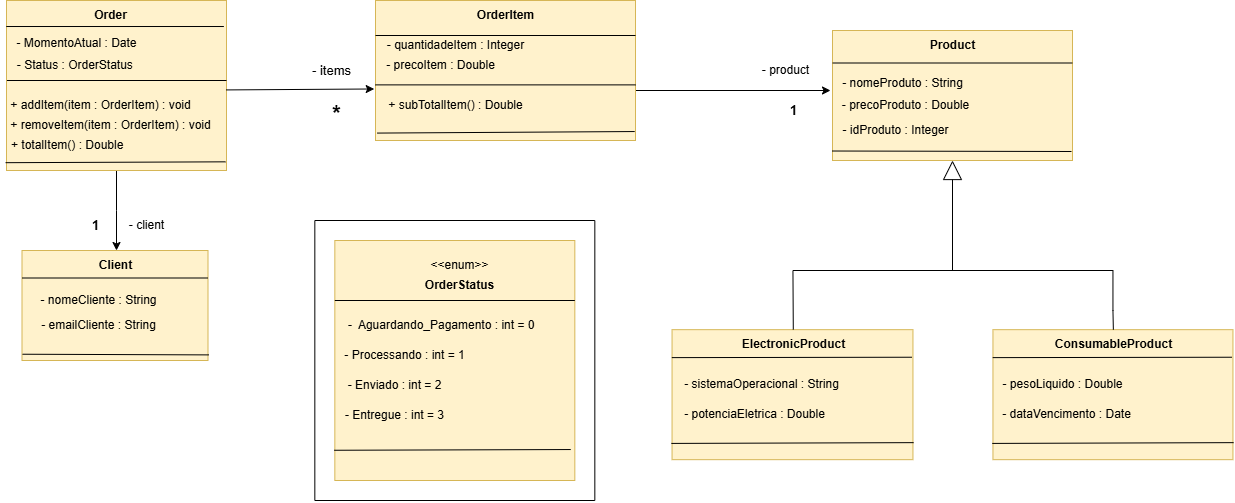
Before: Imagens/Arquitetura_updated.drawio.png, a diagram exported from draw.io (devpaulojr/OrderingSystem). Source tidied: cells renumbered, new cells last; positions are measured from the earlier drawing's top-left corner, leaving out a move shared by most shapes.
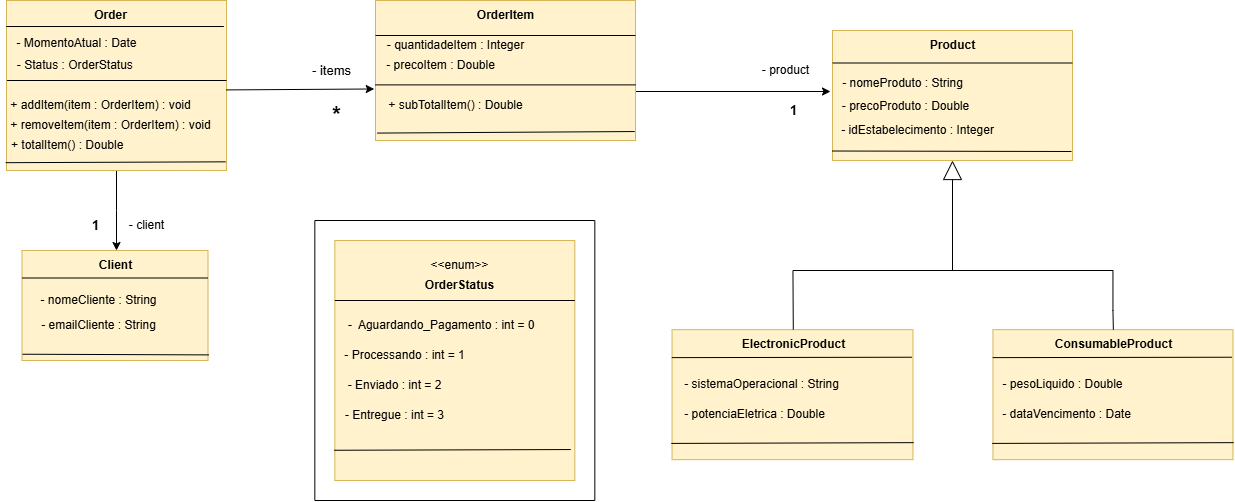
After the change.

Change to the diagram source:
```diff
@@ -93,7 +93,7 @@
       <mxGeometry x="832" y="70" width="140" height="40" as="geometry" />
     </mxCell>
     <mxCell id="28" value="- precoProduto : Double" style="text;html=1;align=center;verticalAlign=middle;points=[];strokeColor=none;fillColor=none;" parent="1" vertex="1">
-      <mxGeometry x="830" y="90" width="150" height="30" as="geometry" />
+      <mxGeometry x="830" y="91" width="150" height="30" as="geometry" />
     </mxCell>
     <mxCell id="29" style="endArrow=none;html=1;rounded=0;entryX=1;entryY=0.25;entryDx=0;entryDy=0;exitX=0;exitY=0.25;exitDx=0;exitDy=0;" parent="1" edge="1" source="25" target="25">
       <mxGeometry relative="1" as="geometry" />
@@ -190,8 +190,8 @@
     <mxCell id="55" style="endArrow=none;html=1;rounded=0;entryX=0.996;entryY=0.212;entryDx=0;entryDy=0;entryPerimeter=0;exitX=-0.001;exitY=0.215;exitDx=0;exitDy=0;exitPerimeter=0;" parent="1" edge="1" source="53" target="53">
       <mxGeometry relative="1" as="geometry" />
     </mxCell>
-    <mxCell id="56" value="- idProduto : Integer" style="text;html=1;align=center;verticalAlign=middle;strokeColor=none;fillColor=none;" parent="1" vertex="1">
-      <mxGeometry x="830" y="115" width="130" height="30" as="geometry" />
+    <mxCell id="56" value="- idEstabelecimento : Integer" style="text;html=1;align=center;verticalAlign=middle;strokeColor=none;fillColor=none;" parent="1" vertex="1">
+      <mxGeometry x="827" y="115" width="180" height="30" as="geometry" />
     </mxCell>
     <mxCell id="57" style="endArrow=none;html=1;rounded=0;entryX=1.003;entryY=0.869;entryDx=0;entryDy=0;entryPerimeter=0;exitX=-0.003;exitY=0.875;exitDx=0;exitDy=0;exitPerimeter=0;" parent="1" edge="1" source="53" target="53">
       <mxGeometry relative="1" as="geometry" />
```
